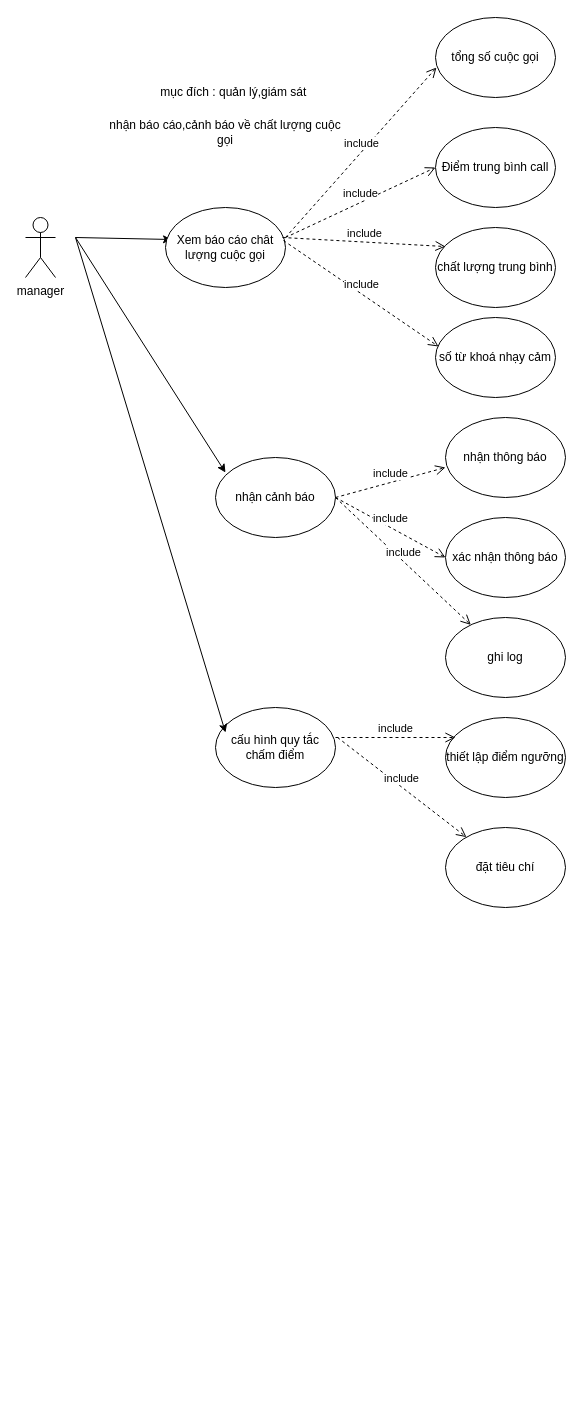
vuongnd03/black-had keeps this draw.io diagram as usecasecalldesk.drawio. Above is the earlier version. Source tidied: cells renumbered, new cells numbered last; positions are measured from the earlier drawing's top-left corner, leaving out a move shared by most shapes. Both pictures are drawn from the tidied source at 100%, with x=0, y=0 at pixel (25, 17).
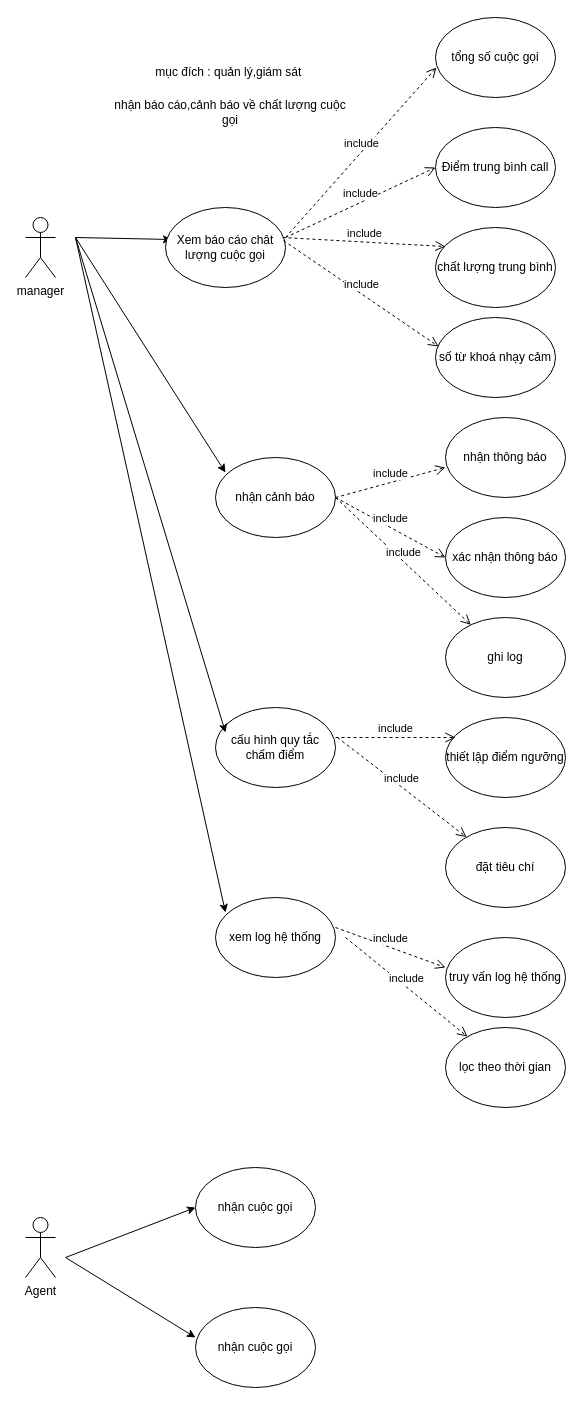
The same page after the edit.

Change to the diagram source:
```diff
@@
     <mxCell id="4" value="mục đích : quản lý,giám sát&amp;nbsp;" style="text;html=1;align=center;verticalAlign=middle;whiteSpace=wrap;rounded=0;" parent="1" vertex="1">
-      <mxGeometry x="85" y="60" width="250" height="30" as="geometry" />
+      <mxGeometry x="80" y="40" width="250" height="30" as="geometry" />
     </mxCell>
     <mxCell id="5" value="nhận báo cáo,cảnh báo về chất lượng cuộc gọi" style="text;html=1;align=center;verticalAlign=middle;whiteSpace=wrap;rounded=0;" parent="1" vertex="1">
-      <mxGeometry x="80" y="100" width="240" height="30" as="geometry" />
+      <mxGeometry x="85" y="80" width="240" height="30" as="geometry" />
     </mxCell>
@@
+    <mxCell id="29" value="xem log hệ thống" style="ellipse;whiteSpace=wrap;html=1;" parent="1" vertex="1">
+      <mxGeometry x="190" y="880" width="120" height="80" as="geometry" />
+    </mxCell>
+    <mxCell id="30" style="endArrow=classic;html=1;rounded=0;entryX=0.083;entryY=0.188;entryDx=0;entryDy=0;entryPerimeter=0;" parent="1" edge="1">
+      <mxGeometry relative="1" as="geometry">
+        <mxPoint x="50" y="220" as="sourcePoint" />
+        <mxPoint x="200" y="895" as="targetPoint" />
+      </mxGeometry>
+    </mxCell>
+    <mxCell id="31" value="truy vấn log hệ thống" style="ellipse;whiteSpace=wrap;html=1;" parent="1" vertex="1">
+      <mxGeometry x="420" y="920" width="120" height="80" as="geometry" />
+    </mxCell>
+    <mxCell id="32" value="include" style="html=1;verticalAlign=bottom;endArrow=open;dashed=1;endSize=8;curved=0;rounded=0;exitX=1.017;exitY=0.375;exitDx=0;exitDy=0;exitPerimeter=0;entryX=0;entryY=0.375;entryDx=0;entryDy=0;entryPerimeter=0;" parent="1" edge="1" target="31">
+      <mxGeometry relative="1" as="geometry">
+        <mxPoint x="310" y="910" as="sourcePoint" />
+      </mxGeometry>
+    </mxCell>
+    <mxCell id="33" value="lọc theo thời gian" style="ellipse;whiteSpace=wrap;html=1;" parent="1" vertex="1">
+      <mxGeometry x="420" y="1010" width="120" height="80" as="geometry" />
+    </mxCell>
+    <mxCell id="34" value="include" style="html=1;verticalAlign=bottom;endArrow=open;dashed=1;endSize=8;curved=0;rounded=0;" parent="1" edge="1" target="33">
+      <mxGeometry relative="1" as="geometry">
+        <mxPoint x="320" y="920" as="sourcePoint" />
+      </mxGeometry>
+    </mxCell>
+    <mxCell id="35" value="Agent" style="shape=umlActor;verticalLabelPosition=bottom;verticalAlign=top;html=1;" parent="1" vertex="1">
+      <mxGeometry y="1200" width="30" height="60" as="geometry" />
+    </mxCell>
+    <mxCell id="36" style="endArrow=classic;html=1;rounded=0;entryX=0;entryY=0.5;entryDx=0;entryDy=0;" parent="1" edge="1" target="37">
+      <mxGeometry relative="1" as="geometry">
+        <mxPoint x="40" y="1240" as="sourcePoint" />
+      </mxGeometry>
+    </mxCell>
+    <mxCell id="37" value="nhận cuộc gọi" style="ellipse;whiteSpace=wrap;html=1;" parent="1" vertex="1">
+      <mxGeometry x="170" y="1150" width="120" height="80" as="geometry" />
+    </mxCell>
+    <mxCell id="38" value="nhận cuộc gọi" style="ellipse;whiteSpace=wrap;html=1;" parent="1" vertex="1">
+      <mxGeometry x="170" y="1290" width="120" height="80" as="geometry" />
+    </mxCell>
+    <mxCell id="39" style="endArrow=classic;html=1;rounded=0;entryX=0;entryY=0.5;entryDx=0;entryDy=0;" parent="1" edge="1">
+      <mxGeometry relative="1" as="geometry">
+        <mxPoint x="40" y="1240" as="sourcePoint" />
+        <mxPoint x="170" y="1320" as="targetPoint" />
+      </mxGeometry>
+    </mxCell>
```
